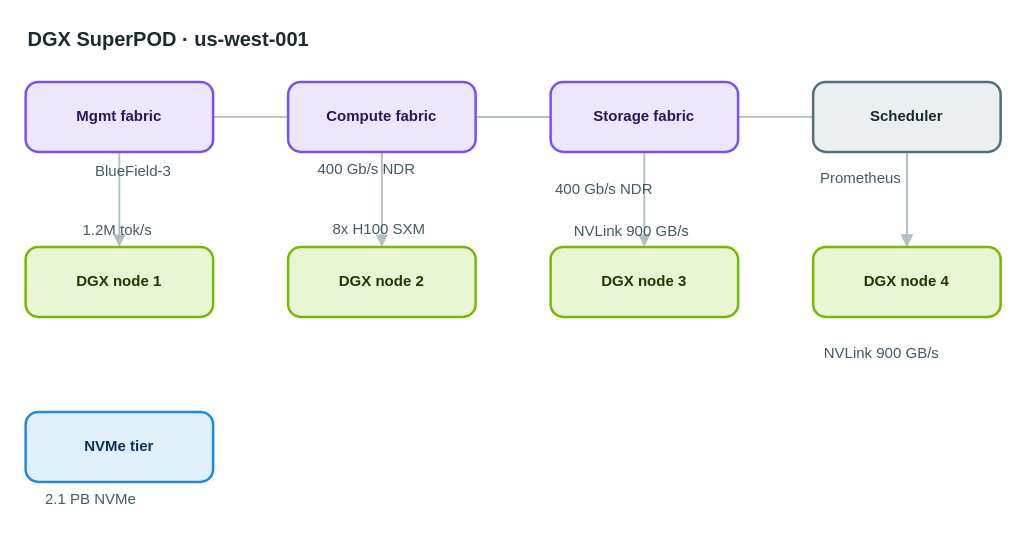
AryanG01/open-apprentice keeps this draw.io diagram as apps/web/public/samples/library/001-dgx-superpod.drawio. Above is the earlier version. Source tidied: cells renumbered, new cells numbered last; positions are measured from the earlier drawing's top-left corner, leaving out a move shared by most shapes. Both pictures are drawn from the tidied source at 125%, with x=0, y=0 at pixel (25, 21).
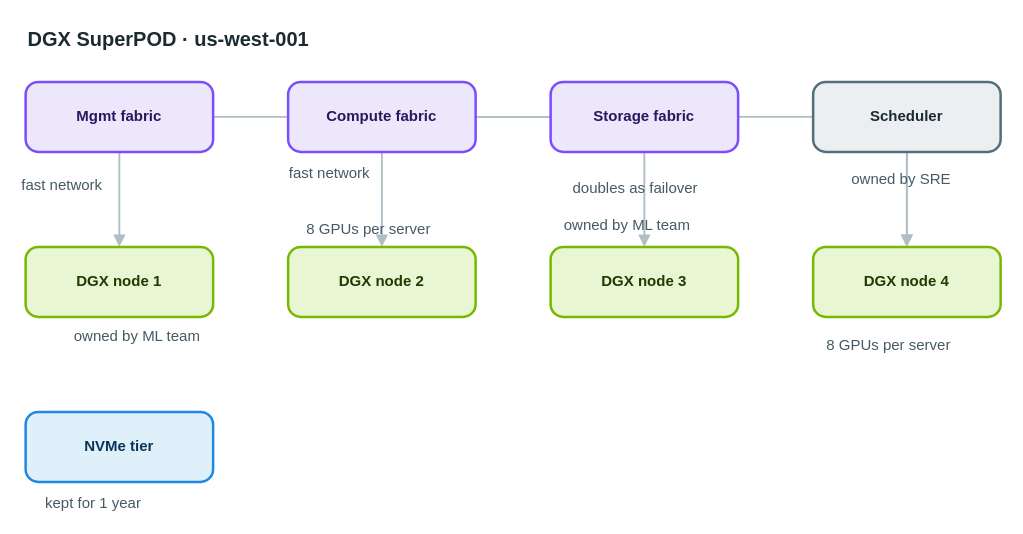
After the change.

The edit, as a diff of the source:
```diff
@@
-    <mxCell id="17" value="BlueField-3" style="text;html=1;align=left;verticalAlign=top;whiteSpace=nowrap;spacing=0;spacingTop=0;strokeColor=none;fillColor=none;fontSize=12;fontColor=#455a64;" parent="1" vertex="1">
-      <mxGeometry x="56" y="108" width="89" height="20" as="geometry" />
+    <mxCell id="17" value="fast network" style="text;html=1;align=left;verticalAlign=top;whiteSpace=nowrap;spacing=0;spacingTop=0;strokeColor=none;fillColor=none;fontSize=12;fontColor=#455a64;" parent="1" vertex="1">
+      <mxGeometry x="-3" y="119" width="96" height="20" as="geometry" />
     </mxCell>
-    <mxCell id="18" value="400 Gb/s NDR" style="text;html=1;align=left;verticalAlign=top;whiteSpace=nowrap;spacing=0;spacingTop=0;strokeColor=none;fillColor=none;fontSize=12;fontColor=#455a64;" parent="1" vertex="1">
-      <mxGeometry x="234" y="106" width="96" height="20" as="geometry" />
+    <mxCell id="18" value="fast network" style="text;html=1;align=left;verticalAlign=top;whiteSpace=nowrap;spacing=0;spacingTop=0;strokeColor=none;fillColor=none;fontSize=12;fontColor=#455a64;" parent="1" vertex="1">
+      <mxGeometry x="211" y="109" width="96" height="20" as="geometry" />
     </mxCell>
-    <mxCell id="19" value="400 Gb/s NDR" style="text;html=1;align=left;verticalAlign=top;whiteSpace=nowrap;spacing=0;spacingTop=0;strokeColor=none;fillColor=none;fontSize=12;fontColor=#455a64;" parent="1" vertex="1">
-      <mxGeometry x="424" y="122" width="96" height="20" as="geometry" />
+    <mxCell id="19" value="doubles as failover" style="text;html=1;align=left;verticalAlign=top;whiteSpace=nowrap;spacing=0;spacingTop=0;strokeColor=none;fillColor=none;fontSize=12;fontColor=#455a64;" parent="1" vertex="1">
+      <mxGeometry x="438" y="121" width="145" height="20" as="geometry" />
     </mxCell>
-    <mxCell id="20" value="1.2M tok/s" style="text;html=1;align=left;verticalAlign=top;whiteSpace=nowrap;spacing=0;spacingTop=0;strokeColor=none;fillColor=none;fontSize=12;fontColor=#455a64;" parent="1" vertex="1">
-      <mxGeometry x="46" y="155" width="82" height="20" as="geometry" />
+    <mxCell id="20" value="owned by ML team" style="text;html=1;align=left;verticalAlign=top;whiteSpace=nowrap;spacing=0;spacingTop=0;strokeColor=none;fillColor=none;fontSize=12;fontColor=#455a64;" parent="1" vertex="1">
+      <mxGeometry x="39" y="240" width="124" height="20" as="geometry" />
     </mxCell>
-    <mxCell id="21" value="8x H100 SXM" style="text;html=1;align=left;verticalAlign=top;whiteSpace=nowrap;spacing=0;spacingTop=0;strokeColor=none;fillColor=none;fontSize=12;fontColor=#455a64;" parent="1" vertex="1">
-      <mxGeometry x="246" y="154" width="89" height="20" as="geometry" />
+    <mxCell id="21" value="8 GPUs per server" style="text;html=1;align=left;verticalAlign=top;whiteSpace=nowrap;spacing=0;spacingTop=0;strokeColor=none;fillColor=none;fontSize=12;fontColor=#455a64;" parent="1" vertex="1">
+      <mxGeometry x="225" y="154" width="131" height="20" as="geometry" />
     </mxCell>
-    <mxCell id="22" value="NVLink 900 GB/s" style="text;html=1;align=left;verticalAlign=top;whiteSpace=nowrap;spacing=0;spacingTop=0;strokeColor=none;fillColor=none;fontSize=12;fontColor=#455a64;" parent="1" vertex="1">
-      <mxGeometry x="439" y="156" width="117" height="20" as="geometry" />
+    <mxCell id="22" value="owned by ML team" style="text;html=1;align=left;verticalAlign=top;whiteSpace=nowrap;spacing=0;spacingTop=0;strokeColor=none;fillColor=none;fontSize=12;fontColor=#455a64;" parent="1" vertex="1">
+      <mxGeometry x="431" y="151" width="124" height="20" as="geometry" />
     </mxCell>
-    <mxCell id="23" value="NVLink 900 GB/s" style="text;html=1;align=left;verticalAlign=top;whiteSpace=nowrap;spacing=0;spacingTop=0;strokeColor=none;fillColor=none;fontSize=12;fontColor=#455a64;" parent="1" vertex="1">
-      <mxGeometry x="639" y="253" width="117" height="20" as="geometry" />
+    <mxCell id="23" value="8 GPUs per server" style="text;html=1;align=left;verticalAlign=top;whiteSpace=nowrap;spacing=0;spacingTop=0;strokeColor=none;fillColor=none;fontSize=12;fontColor=#455a64;" parent="1" vertex="1">
+      <mxGeometry x="641" y="247" width="131" height="20" as="geometry" />
     </mxCell>
-    <mxCell id="24" value="2.1 PB NVMe" style="text;html=1;align=left;verticalAlign=top;whiteSpace=nowrap;spacing=0;spacingTop=0;strokeColor=none;fillColor=none;fontSize=12;fontColor=#455a64;" parent="1" vertex="1">
-      <mxGeometry x="16" y="370" width="89" height="20" as="geometry" />
+    <mxCell id="24" value="kept for 1 year" style="text;html=1;align=left;verticalAlign=top;whiteSpace=nowrap;spacing=0;spacingTop=0;strokeColor=none;fillColor=none;fontSize=12;fontColor=#455a64;" parent="1" vertex="1">
+      <mxGeometry x="16" y="373" width="117" height="20" as="geometry" />
     </mxCell>
-    <mxCell id="25" value="Prometheus" style="text;html=1;align=left;verticalAlign=top;whiteSpace=nowrap;spacing=0;spacingTop=0;strokeColor=none;fillColor=none;fontSize=12;fontColor=#455a64;" parent="1" vertex="1">
-      <mxGeometry x="636" y="113" width="82" height="20" as="geometry" />
+    <mxCell id="25" value="owned by SRE" style="text;html=1;align=left;verticalAlign=top;whiteSpace=nowrap;spacing=0;spacingTop=0;strokeColor=none;fillColor=none;fontSize=12;fontColor=#455a64;" parent="1" vertex="1">
+      <mxGeometry x="661" y="114" width="96" height="20" as="geometry" />
     </mxCell>
```
